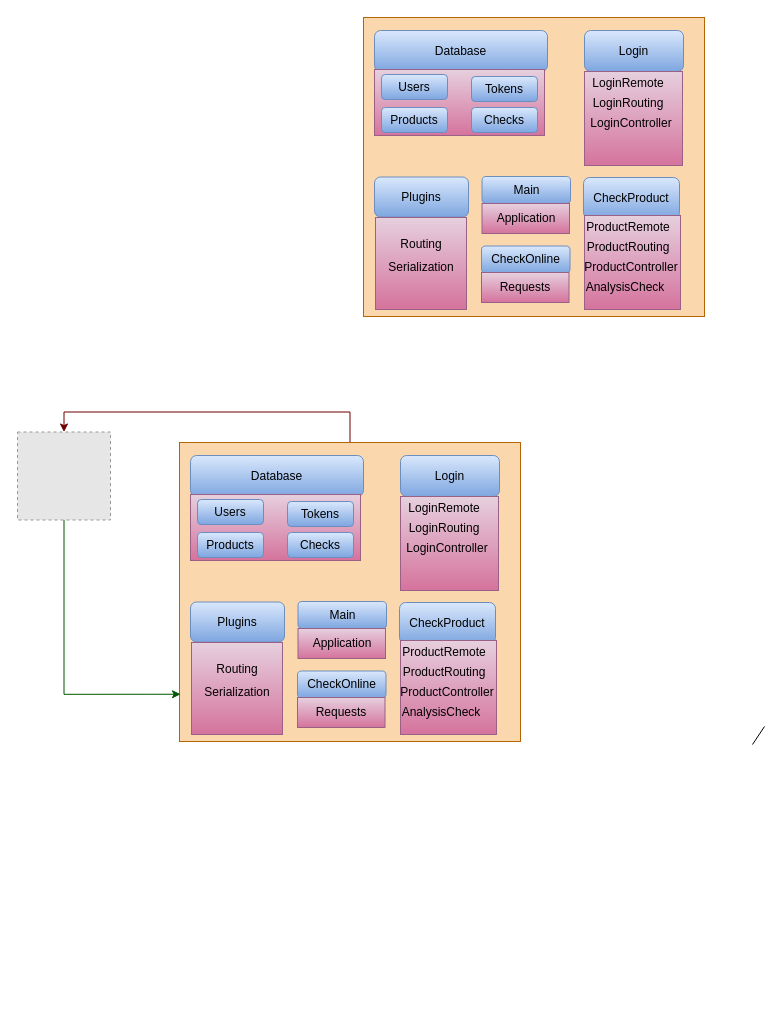
Before: Диаграмма без названия.drawio in DanilGlaZ20/Diplom_analyzizChexk_analyziz, a draw.io diagram. Source tidied: cells renumbered, new cells numbered last; positions are measured from the earlier drawing's top-left corner, leaving out a move shared by most shapes. Both pictures are drawn from the tidied source at 100%, with x=0, y=0 at pixel (17, 17). Pictures stored in the file or linked from it are replaced by grey dashed boxes.
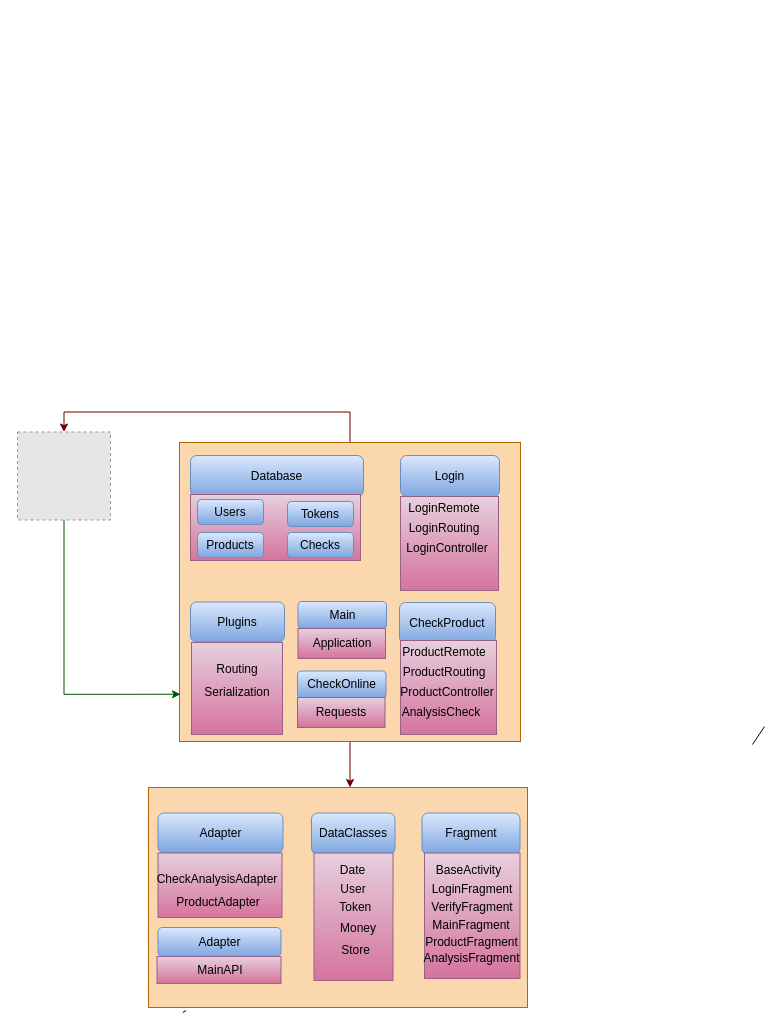
The same page after the edit.

Unchanged cells that the change refers to:
```xml
<mxCell id="3" style="rounded=0;whiteSpace=wrap;html=1;fillColor=#fad7ac;strokeColor=#b46504;" parent="1" vertex="1">
  <mxGeometry x="162" y="425" width="341" height="299" as="geometry" />
</mxCell>
```

The edit, as a diff of the source:
```diff
@@
+    <mxCell id="70" style="edgeStyle=orthogonalEdgeStyle;rounded=0;jettySize=auto;html=1;exitX=0.5;exitY=1;exitDx=0;exitDy=0;fillColor=#a20025;strokeColor=#6F0000;" parent="1" edge="1" source="3" target="38">
+      <mxGeometry relative="1" as="geometry">
+        <Array as="points">
+          <mxPoint x="333" y="756" />
+          <mxPoint x="333" y="756" />
+        </Array>
+      </mxGeometry>
+    </mxCell>
@@
     <mxCell id="38" style="rounded=0;whiteSpace=wrap;html=1;fillColor=#fad7ac;strokeColor=#b46504;" parent="1" vertex="1">
-      <mxGeometry x="346" width="341" height="299" as="geometry" />
+      <mxGeometry x="131" y="770" width="379" height="220" as="geometry" />
     </mxCell>
-    <mxCell id="39" value="Database" style="rounded=1;whiteSpace=wrap;html=1;fillColor=#dae8fc;gradientColor=#7ea6e0;strokeColor=#6c8ebf;" parent="1" vertex="1">
-      <mxGeometry x="357" y="13" width="173" height="41" as="geometry" />
-    </mxCell>
-    <mxCell id="40" style="rounded=0;whiteSpace=wrap;html=1;fillColor=#e6d0de;gradientColor=#d5739d;strokeColor=#996185;" parent="1" vertex="1">
-      <mxGeometry x="357" y="52" width="170" height="66" as="geometry" />
-    </mxCell>
     <mxCell id="41" style="endArrow=none;html=1;rounded=0;" parent="1" edge="1">
       <mxGeometry relative="1" as="geometry">
-        <mxPoint x="368.7" y="246" as="sourcePoint" />
-        <mxPoint x="372" y="244" as="targetPoint" />
+        <mxPoint x="165.2" y="880.5" as="sourcePoint" />
+        <mxPoint x="168.5" y="878.5" as="targetPoint" />
       </mxGeometry>
     </mxCell>
-    <mxCell id="42" value="Products" style="rounded=1;whiteSpace=wrap;html=1;fillColor=#dae8fc;gradientColor=#7ea6e0;strokeColor=#6c8ebf;" parent="1" vertex="1">
-      <mxGeometry x="364" y="90" width="66" height="25" as="geometry" />
-    </mxCell>
-    <mxCell id="43" value="Users" style="rounded=1;whiteSpace=wrap;html=1;fillColor=#dae8fc;gradientColor=#7ea6e0;strokeColor=#6c8ebf;" parent="1" vertex="1">
-      <mxGeometry x="364" y="57" width="66" height="25" as="geometry" />
-    </mxCell>
-    <mxCell id="44" value="Tokens" style="rounded=1;whiteSpace=wrap;html=1;fillColor=#dae8fc;gradientColor=#7ea6e0;strokeColor=#6c8ebf;" parent="1" vertex="1">
-      <mxGeometry x="454" y="59" width="66" height="25" as="geometry" />
-    </mxCell>
-    <mxCell id="45" style="edgeStyle=orthogonalEdgeStyle;rounded=0;orthogonalLoop=1;jettySize=auto;html=1;exitX=0.5;exitY=1;exitDx=0;exitDy=0;" parent="1" edge="1" source="43" target="43">
-      <mxGeometry relative="1" as="geometry" />
-    </mxCell>
-    <mxCell id="46" value="Checks" style="rounded=1;whiteSpace=wrap;html=1;fillColor=#dae8fc;gradientColor=#7ea6e0;strokeColor=#6c8ebf;" parent="1" vertex="1">
-      <mxGeometry x="454" y="90" width="66" height="25" as="geometry" />
-    </mxCell>
-    <mxCell id="47" value="Login" style="rounded=1;whiteSpace=wrap;html=1;fillColor=#dae8fc;gradientColor=#7ea6e0;strokeColor=#6c8ebf;" parent="1" vertex="1">
-      <mxGeometry x="567" y="13" width="99" height="41" as="geometry" />
-    </mxCell>
-    <mxCell id="48" style="rounded=0;whiteSpace=wrap;html=1;fillColor=#e6d0de;gradientColor=#d5739d;strokeColor=#996185;" parent="1" vertex="1">
-      <mxGeometry x="567" y="54" width="98" height="94" as="geometry" />
-    </mxCell>
-    <mxCell id="49" style="edgeStyle=orthogonalEdgeStyle;rounded=0;orthogonalLoop=1;jettySize=auto;html=1;exitX=0.5;exitY=1;exitDx=0;exitDy=0;" parent="1" edge="1">
-      <mxGeometry relative="1" as="geometry">
-        <mxPoint x="607" y="84" as="sourcePoint" />
-        <mxPoint x="607" y="84" as="targetPoint" />
-      </mxGeometry>
-    </mxCell>
-    <mxCell id="50" value="LoginRemote" style="text;html=1;strokeColor=none;fillColor=none;align=center;verticalAlign=middle;whiteSpace=wrap;rounded=0;" parent="1" vertex="1">
-      <mxGeometry x="574" y="56" width="74" height="20" as="geometry" />
-    </mxCell>
-    <mxCell id="51" value="LoginRouting" style="text;html=1;strokeColor=none;fillColor=none;align=center;verticalAlign=middle;whiteSpace=wrap;rounded=0;" parent="1" vertex="1">
-      <mxGeometry x="574" y="76" width="74" height="20" as="geometry" />
-    </mxCell>
-    <mxCell id="52" value="LoginController" style="text;html=1;strokeColor=none;fillColor=none;align=center;verticalAlign=middle;whiteSpace=wrap;rounded=0;" parent="1" vertex="1">
-      <mxGeometry x="577" y="96" width="74" height="20" as="geometry" />
-    </mxCell>
-    <mxCell id="53" value="CheckProduct" style="rounded=1;whiteSpace=wrap;html=1;fillColor=#dae8fc;gradientColor=#7ea6e0;strokeColor=#6c8ebf;" parent="1" vertex="1">
-      <mxGeometry x="566" y="160" width="96" height="41" as="geometry" />
-    </mxCell>
-    <mxCell id="54" style="rounded=0;whiteSpace=wrap;html=1;fillColor=#e6d0de;gradientColor=#d5739d;strokeColor=#996185;" parent="1" vertex="1">
-      <mxGeometry x="567" y="198" width="96" height="94" as="geometry" />
-    </mxCell>
-    <mxCell id="55" style="edgeStyle=orthogonalEdgeStyle;rounded=0;orthogonalLoop=1;jettySize=auto;html=1;exitX=0.5;exitY=1;exitDx=0;exitDy=0;" parent="1" edge="1">
-      <mxGeometry relative="1" as="geometry">
-        <mxPoint x="607" y="228" as="sourcePoint" />
-        <mxPoint x="607" y="228" as="targetPoint" />
-      </mxGeometry>
-    </mxCell>
-    <mxCell id="56" value="ProductRemote" style="text;html=1;strokeColor=none;fillColor=none;align=center;verticalAlign=middle;whiteSpace=wrap;rounded=0;" parent="1" vertex="1">
-      <mxGeometry x="574" y="200" width="74" height="20" as="geometry" />
-    </mxCell>
-    <mxCell id="57" value="ProductRouting" style="text;html=1;strokeColor=none;fillColor=none;align=center;verticalAlign=middle;whiteSpace=wrap;rounded=0;" parent="1" vertex="1">
-      <mxGeometry x="574" y="220" width="74" height="20" as="geometry" />
-    </mxCell>
-    <mxCell id="58" value="ProductController" style="text;html=1;strokeColor=none;fillColor=none;align=center;verticalAlign=middle;whiteSpace=wrap;rounded=0;" parent="1" vertex="1">
-      <mxGeometry x="577" y="240" width="74" height="20" as="geometry" />
-    </mxCell>
-    <mxCell id="59" value="AnalysisCheck" style="text;html=1;strokeColor=none;fillColor=none;align=center;verticalAlign=middle;whiteSpace=wrap;rounded=0;" parent="1" vertex="1">
-      <mxGeometry x="571" y="260" width="74" height="20" as="geometry" />
-    </mxCell>
-    <mxCell id="60" value="Plugins" style="rounded=1;whiteSpace=wrap;html=1;fillColor=#dae8fc;gradientColor=#7ea6e0;strokeColor=#6c8ebf;" parent="1" vertex="1">
-      <mxGeometry x="357" y="159.5" width="94" height="40" as="geometry" />
+    <mxCell id="60" value="Adapter" style="rounded=1;whiteSpace=wrap;html=1;fillColor=#dae8fc;gradientColor=#7ea6e0;strokeColor=#6c8ebf;" parent="1" vertex="1">
+      <mxGeometry x="140.5" y="795.5" width="125" height="40" as="geometry" />
     </mxCell>
     <mxCell id="61" style="rounded=0;whiteSpace=wrap;html=1;fillColor=#e6d0de;gradientColor=#d5739d;strokeColor=#996185;" parent="1" vertex="1">
-      <mxGeometry x="358" y="200" width="91" height="92" as="geometry" />
+      <mxGeometry x="140.5" y="835.5" width="124" height="64.5" as="geometry" />
     </mxCell>
     <mxCell id="62" style="edgeStyle=orthogonalEdgeStyle;rounded=0;orthogonalLoop=1;jettySize=auto;html=1;exitX=0.5;exitY=1;exitDx=0;exitDy=0;" parent="1" edge="1">
       <mxGeometry relative="1" as="geometry">
-        <mxPoint x="397" y="215" as="sourcePoint" />
-        <mxPoint x="397" y="215" as="targetPoint" />
+        <mxPoint x="193.5" y="849.5" as="sourcePoint" />
+        <mxPoint x="193.5" y="849.5" as="targetPoint" />
       </mxGeometry>
     </mxCell>
-    <mxCell id="63" value="Routing" style="text;html=1;strokeColor=none;fillColor=none;align=center;verticalAlign=middle;whiteSpace=wrap;rounded=0;" parent="1" vertex="1">
-      <mxGeometry x="366.5" y="218" width="74" height="18" as="geometry" />
+    <mxCell id="63" value="CheckAnalysisAdapter" style="text;html=1;strokeColor=none;fillColor=none;align=center;verticalAlign=middle;whiteSpace=wrap;rounded=0;" parent="1" vertex="1">
+      <mxGeometry x="163" y="852.5" width="74" height="18" as="geometry" />
     </mxCell>
-    <mxCell id="64" value="Serialization" style="text;html=1;strokeColor=none;fillColor=none;align=center;verticalAlign=middle;whiteSpace=wrap;rounded=0;" parent="1" vertex="1">
-      <mxGeometry x="367" y="244.5" width="74" height="11" as="geometry" />
+    <mxCell id="64" value="ProductAdapter" style="text;html=1;strokeColor=none;fillColor=none;align=center;verticalAlign=middle;whiteSpace=wrap;rounded=0;" parent="1" vertex="1">
+      <mxGeometry x="163.5" y="879" width="74" height="11" as="geometry" />
     </mxCell>
-    <mxCell id="65" value="Main" style="rounded=1;whiteSpace=wrap;html=1;fillColor=#dae8fc;gradientColor=#7ea6e0;strokeColor=#6c8ebf;" parent="1" vertex="1">
-      <mxGeometry x="464.5" y="159" width="88.5" height="27" as="geometry" />
-    </mxCell>
-    <mxCell id="66" value="Application" style="rounded=0;whiteSpace=wrap;html=1;fillColor=#e6d0de;gradientColor=#d5739d;strokeColor=#996185;" parent="1" vertex="1">
-      <mxGeometry x="464.5" y="186" width="87.5" height="30" as="geometry" />
-    </mxCell>
     <mxCell id="67" style="edgeStyle=orthogonalEdgeStyle;rounded=0;orthogonalLoop=1;jettySize=auto;html=1;exitX=0.5;exitY=1;exitDx=0;exitDy=0;" parent="1" edge="1">
       <mxGeometry relative="1" as="geometry">
-        <mxPoint x="407" y="225" as="sourcePoint" />
-        <mxPoint x="407" y="225" as="targetPoint" />
+        <mxPoint x="203.5" y="859.5" as="sourcePoint" />
+        <mxPoint x="203.5" y="859.5" as="targetPoint" />
       </mxGeometry>
     </mxCell>
-    <mxCell id="68" value="CheckOnline" style="rounded=1;whiteSpace=wrap;html=1;fillColor=#dae8fc;gradientColor=#7ea6e0;strokeColor=#6c8ebf;" parent="1" vertex="1">
-      <mxGeometry x="464" y="228.5" width="88.5" height="27" as="geometry" />
-    </mxCell>
-    <mxCell id="69" value="Requests" style="rounded=0;whiteSpace=wrap;html=1;fillColor=#e6d0de;gradientColor=#d5739d;strokeColor=#996185;" parent="1" vertex="1">
-      <mxGeometry x="464" y="255" width="87.5" height="30" as="geometry" />
-    </mxCell>
+    <mxCell id="71" style="endArrow=none;html=1;rounded=0;" parent="1" edge="1">
+      <mxGeometry relative="1" as="geometry">
+        <mxPoint x="321.2" y="880.5" as="sourcePoint" />
+        <mxPoint x="324.5" y="878.5" as="targetPoint" />
+      </mxGeometry>
+    </mxCell>
+    <mxCell id="72" value="DataClasses" style="rounded=1;whiteSpace=wrap;html=1;fillColor=#dae8fc;gradientColor=#7ea6e0;strokeColor=#6c8ebf;" parent="1" vertex="1">
+      <mxGeometry x="294" y="795.5" width="83.5" height="41.5" as="geometry" />
+    </mxCell>
+    <mxCell id="73" style="rounded=0;whiteSpace=wrap;html=1;fillColor=#e6d0de;gradientColor=#d5739d;strokeColor=#996185;" parent="1" vertex="1">
+      <mxGeometry x="296.5" y="835.5" width="79" height="127.5" as="geometry" />
+    </mxCell>
+    <mxCell id="74" style="edgeStyle=orthogonalEdgeStyle;rounded=0;orthogonalLoop=1;jettySize=auto;html=1;exitX=0.5;exitY=1;exitDx=0;exitDy=0;" parent="1" edge="1">
+      <mxGeometry relative="1" as="geometry">
+        <mxPoint x="349.5" y="849.5" as="sourcePoint" />
+        <mxPoint x="349.5" y="849.5" as="targetPoint" />
+      </mxGeometry>
+    </mxCell>
+    <mxCell id="75" value="Date" style="text;html=1;strokeColor=none;fillColor=none;align=center;verticalAlign=middle;whiteSpace=wrap;rounded=0;" parent="1" vertex="1">
+      <mxGeometry x="310" y="845" width="51" height="15" as="geometry" />
+    </mxCell>
+    <mxCell id="76" style="edgeStyle=orthogonalEdgeStyle;rounded=0;orthogonalLoop=1;jettySize=auto;html=1;exitX=0.5;exitY=1;exitDx=0;exitDy=0;" parent="1" edge="1">
+      <mxGeometry relative="1" as="geometry">
+        <mxPoint x="359.5" y="859.5" as="sourcePoint" />
+        <mxPoint x="359.5" y="859.5" as="targetPoint" />
+      </mxGeometry>
+    </mxCell>
+    <mxCell id="77" value="User" style="text;html=1;strokeColor=none;fillColor=none;align=center;verticalAlign=middle;whiteSpace=wrap;rounded=0;" parent="1" vertex="1">
+      <mxGeometry x="305.5" y="864.5" width="60" height="14.5" as="geometry" />
+    </mxCell>
+    <mxCell id="78" value="&amp;nbsp; Token" style="text;html=1;strokeColor=none;fillColor=none;align=center;verticalAlign=middle;whiteSpace=wrap;rounded=0;" parent="1" vertex="1">
+      <mxGeometry x="310" y="886.5" width="50" height="7.5" as="geometry" />
+    </mxCell>
+    <mxCell id="79" value="Money" style="text;html=1;strokeColor=none;fillColor=none;align=center;verticalAlign=middle;whiteSpace=wrap;rounded=0;" parent="1" vertex="1">
+      <mxGeometry x="310" y="904" width="61.5" height="13.5" as="geometry" />
+    </mxCell>
+    <mxCell id="80" value="Store" style="text;html=1;strokeColor=none;fillColor=none;align=center;verticalAlign=middle;whiteSpace=wrap;rounded=0;" parent="1" vertex="1">
+      <mxGeometry x="310" y="925.5" width="57" height="15.5" as="geometry" />
+    </mxCell>
+    <mxCell id="81" style="edgeStyle=orthogonalEdgeStyle;rounded=0;orthogonalLoop=1;jettySize=auto;html=1;exitX=0.5;exitY=1;exitDx=0;exitDy=0;" parent="1" edge="1" source="78" target="78">
+      <mxGeometry relative="1" as="geometry" />
+    </mxCell>
+    <mxCell id="82" style="endArrow=none;html=1;rounded=0;" parent="1" edge="1">
+      <mxGeometry relative="1" as="geometry">
+        <mxPoint x="431.7" y="880.5" as="sourcePoint" />
+        <mxPoint x="435" y="878.5" as="targetPoint" />
+      </mxGeometry>
+    </mxCell>
+    <mxCell id="83" value="Fragment" style="rounded=1;whiteSpace=wrap;html=1;fillColor=#dae8fc;gradientColor=#7ea6e0;strokeColor=#6c8ebf;" parent="1" vertex="1">
+      <mxGeometry x="404.5" y="795.5" width="98" height="41.5" as="geometry" />
+    </mxCell>
+    <mxCell id="84" style="rounded=0;whiteSpace=wrap;html=1;fillColor=#e6d0de;gradientColor=#d5739d;strokeColor=#996185;" parent="1" vertex="1">
+      <mxGeometry x="407" y="835.5" width="95.5" height="125.5" as="geometry" />
+    </mxCell>
+    <mxCell id="85" style="edgeStyle=orthogonalEdgeStyle;rounded=0;orthogonalLoop=1;jettySize=auto;html=1;exitX=0.5;exitY=1;exitDx=0;exitDy=0;" parent="1" edge="1">
+      <mxGeometry relative="1" as="geometry">
+        <mxPoint x="460" y="849.5" as="sourcePoint" />
+        <mxPoint x="460" y="849.5" as="targetPoint" />
+      </mxGeometry>
+    </mxCell>
+    <mxCell id="86" value="BaseActivity" style="text;html=1;strokeColor=none;fillColor=none;align=center;verticalAlign=middle;whiteSpace=wrap;rounded=0;" parent="1" vertex="1">
+      <mxGeometry x="425.8" y="845" width="51" height="15" as="geometry" />
+    </mxCell>
+    <mxCell id="87" style="edgeStyle=orthogonalEdgeStyle;rounded=0;orthogonalLoop=1;jettySize=auto;html=1;exitX=0.5;exitY=1;exitDx=0;exitDy=0;" parent="1" edge="1">
+      <mxGeometry relative="1" as="geometry">
+        <mxPoint x="470" y="859.5" as="sourcePoint" />
+        <mxPoint x="470" y="859.5" as="targetPoint" />
+      </mxGeometry>
+    </mxCell>
+    <mxCell id="88" value="LoginFragment" style="text;html=1;strokeColor=none;fillColor=none;align=center;verticalAlign=middle;whiteSpace=wrap;rounded=0;" parent="1" vertex="1">
+      <mxGeometry x="424.8" y="864.5" width="60" height="14.5" as="geometry" />
+    </mxCell>
+    <mxCell id="89" value="VerifyFragment" style="text;html=1;strokeColor=none;fillColor=none;align=center;verticalAlign=middle;whiteSpace=wrap;rounded=0;" parent="1" vertex="1">
+      <mxGeometry x="429.8" y="886.5" width="50" height="7.5" as="geometry" />
+    </mxCell>
+    <mxCell id="90" value="MainFragment" style="text;html=1;strokeColor=none;fillColor=none;align=center;verticalAlign=middle;whiteSpace=wrap;rounded=0;" parent="1" vertex="1">
+      <mxGeometry x="423.2" y="901" width="61.5" height="13.5" as="geometry" />
+    </mxCell>
+    <mxCell id="91" value="ProductFragment" style="text;html=1;strokeColor=none;fillColor=none;align=center;verticalAlign=middle;whiteSpace=wrap;rounded=0;" parent="1" vertex="1">
+      <mxGeometry x="425.8" y="917.5" width="57" height="15.5" as="geometry" />
+    </mxCell>
+    <mxCell id="92" style="edgeStyle=orthogonalEdgeStyle;rounded=0;orthogonalLoop=1;jettySize=auto;html=1;exitX=0.5;exitY=1;exitDx=0;exitDy=0;" parent="1" edge="1" source="89" target="89">
+      <mxGeometry relative="1" as="geometry" />
+    </mxCell>
+    <mxCell id="93" value="AnalysisFragment" style="text;html=1;strokeColor=none;fillColor=none;align=center;verticalAlign=middle;whiteSpace=wrap;rounded=0;" parent="1" vertex="1">
+      <mxGeometry x="426.2" y="933" width="57" height="15.5" as="geometry" />
+    </mxCell>
+    <mxCell id="94" style="endArrow=none;html=1;rounded=0;" parent="1" edge="1">
+      <mxGeometry relative="1" as="geometry">
+        <mxPoint x="165.2" y="995" as="sourcePoint" />
+        <mxPoint x="168.5" y="993" as="targetPoint" />
+      </mxGeometry>
+    </mxCell>
+    <mxCell id="95" value="Adapter" style="rounded=1;whiteSpace=wrap;html=1;fillColor=#dae8fc;gradientColor=#7ea6e0;strokeColor=#6c8ebf;" parent="1" vertex="1">
+      <mxGeometry x="140.5" y="910" width="123" height="29" as="geometry" />
+    </mxCell>
+    <mxCell id="96" style="rounded=0;whiteSpace=wrap;html=1;fillColor=#e6d0de;gradientColor=#d5739d;strokeColor=#996185;" parent="1" vertex="1">
+      <mxGeometry x="139.5" y="939" width="124" height="27" as="geometry" />
+    </mxCell>
+    <mxCell id="97" style="edgeStyle=orthogonalEdgeStyle;rounded=0;orthogonalLoop=1;jettySize=auto;html=1;exitX=0.5;exitY=1;exitDx=0;exitDy=0;" parent="1" edge="1">
+      <mxGeometry relative="1" as="geometry">
+        <mxPoint x="193.5" y="964" as="sourcePoint" />
+        <mxPoint x="193.5" y="964" as="targetPoint" />
+      </mxGeometry>
+    </mxCell>
+    <mxCell id="98" value="MainAPI" style="text;html=1;strokeColor=none;fillColor=none;align=center;verticalAlign=middle;whiteSpace=wrap;rounded=0;" parent="1" vertex="1">
+      <mxGeometry x="166" y="943.5" width="74" height="18" as="geometry" />
+    </mxCell>
+    <mxCell id="99" style="edgeStyle=orthogonalEdgeStyle;rounded=0;orthogonalLoop=1;jettySize=auto;html=1;exitX=0.5;exitY=1;exitDx=0;exitDy=0;" parent="1" edge="1">
+      <mxGeometry relative="1" as="geometry">
+        <mxPoint x="203.5" y="974" as="sourcePoint" />
+        <mxPoint x="203.5" y="974" as="targetPoint" />
+      </mxGeometry>
+    </mxCell>
```
